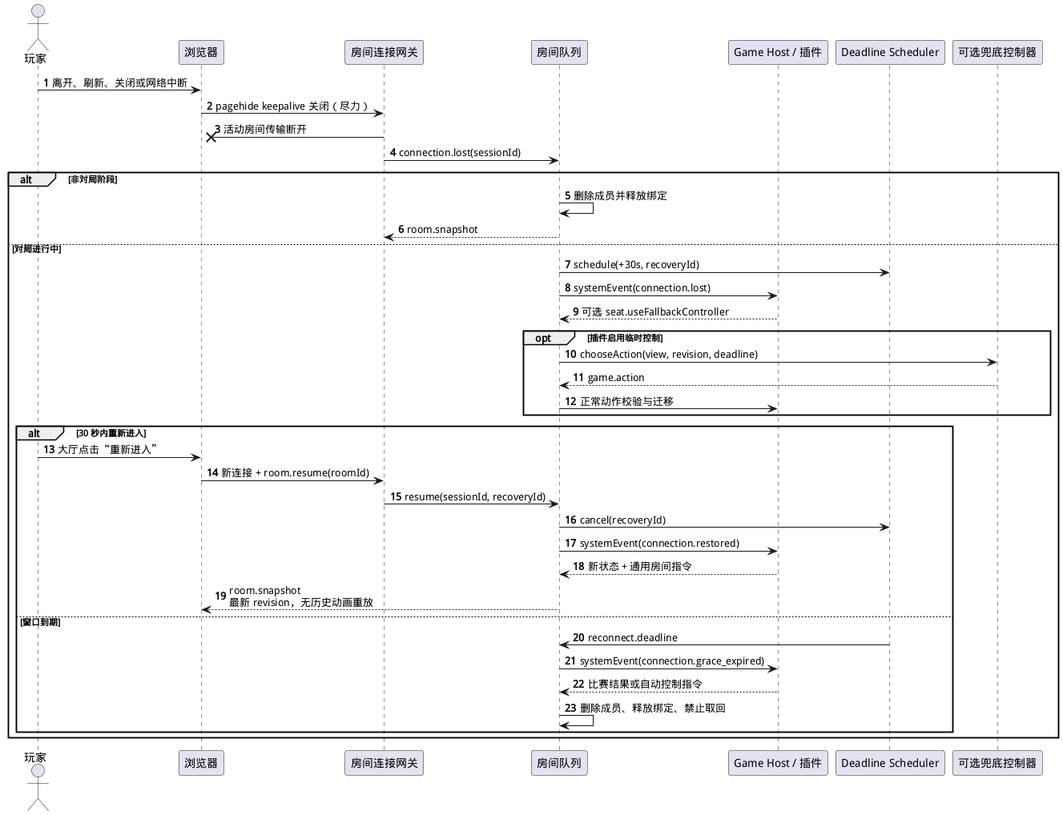
Earlier version of the PlantUML export docs/images/protocol-fig02.png (huzife/tabletop).
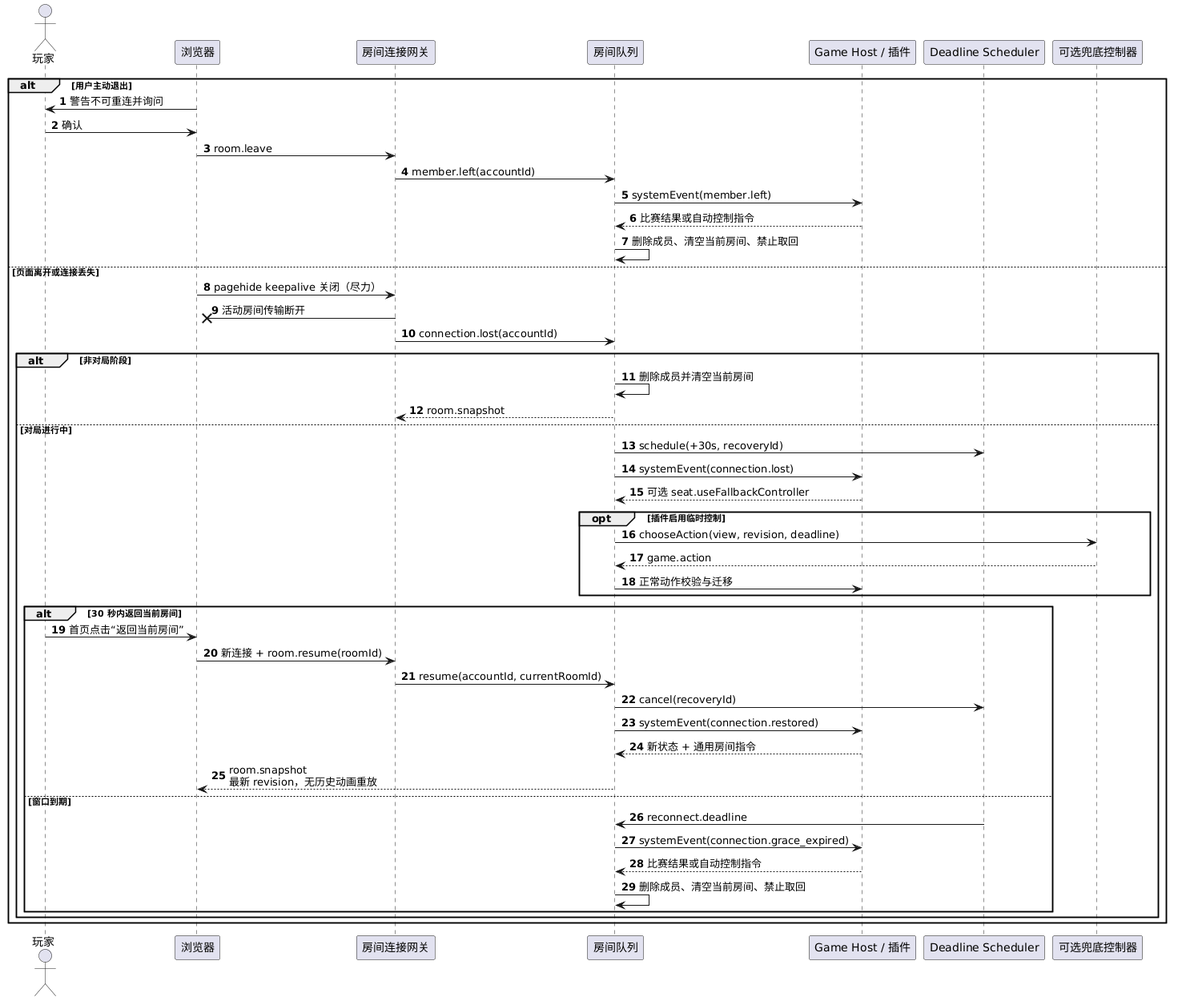
The same diagram one commit later.

Diff of the diagram source:
```diff
@@ -12,15 +12,23 @@
 participant "Deadline Scheduler" as Scheduler
 participant "可选兜底控制器" as Fallback
 
-玩家 -> 浏览器 : 离开、刷新、关闭或网络中断
-浏览器 -> Gateway : pagehide keepalive 关闭（尽力）
-Gateway -x 浏览器 : 活动房间传输断开
-Gateway -> Queue : connection.lost(sessionId)
+alt 用户主动退出
+  浏览器 -> 玩家 : 警告不可重连并询问
+  玩家 -> 浏览器 : 确认
+  浏览器 -> Gateway : room.leave
+  Gateway -> Queue : member.left(accountId)
+  Queue -> Host : systemEvent(member.left)
+  Host --> Queue : 比赛结果或自动控制指令
+  Queue -> Queue : 删除成员、清空当前房间、禁止取回
+else 页面离开或连接丢失
+  浏览器 -> Gateway : pagehide keepalive 关闭（尽力）
+  Gateway -x 浏览器 : 活动房间传输断开
+  Gateway -> Queue : connection.lost(accountId)
 
-alt 非对局阶段
-  Queue -> Queue : 删除成员并释放绑定
-  Queue --> Gateway : room.snapshot
-else 对局进行中
+  alt 非对局阶段
+    Queue -> Queue : 删除成员并清空当前房间
+    Queue --> Gateway : room.snapshot
+  else 对局进行中
   Queue -> Scheduler : schedule(+30s, recoveryId)
   Queue -> Host : systemEvent(connection.lost)
   Host --> Queue : 可选 seat.useFallbackController
@@ -31,10 +39,10 @@
     Queue -> Host : 正常动作校验与迁移
   end
 
-  alt 30 秒内重新进入
-    玩家 -> 浏览器 : 大厅点击“重新进入”
+  alt 30 秒内返回当前房间
+    玩家 -> 浏览器 : 首页点击“返回当前房间”
     浏览器 -> Gateway : 新连接 + room.resume(roomId)
-    Gateway -> Queue : resume(sessionId, recoveryId)
+    Gateway -> Queue : resume(accountId, currentRoomId)
     Queue -> Scheduler : cancel(recoveryId)
     Queue -> Host : systemEvent(connection.restored)
     Host --> Queue : 新状态 + 通用房间指令
@@ -43,7 +51,8 @@
     Scheduler -> Queue : reconnect.deadline
     Queue -> Host : systemEvent(connection.grace_expired)
     Host --> Queue : 比赛结果或自动控制指令
-    Queue -> Queue : 删除成员、释放绑定、禁止取回
+    Queue -> Queue : 删除成员、清空当前房间、禁止取回
+  end
   end
 end
 @enduml
```
